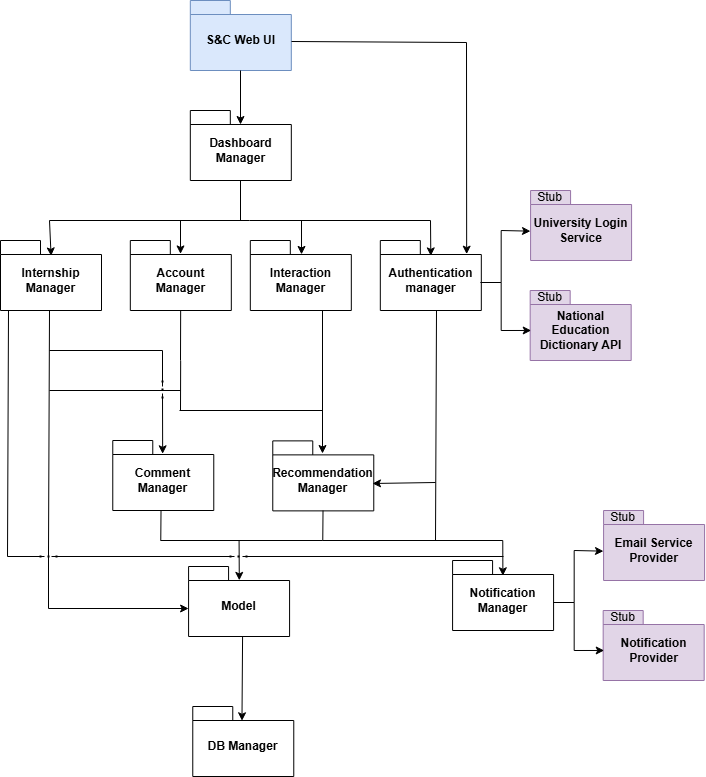
This is DD_figures/ImplementationDiagrams/FifthStep.png from alesalv0/RattiSalvatoreYalcin, a draw.io export, as it was before one commit. Source tidied: cells renumbered, new cells last; positions are measured from the earlier drawing's top-left corner, leaving out a move shared by most shapes.
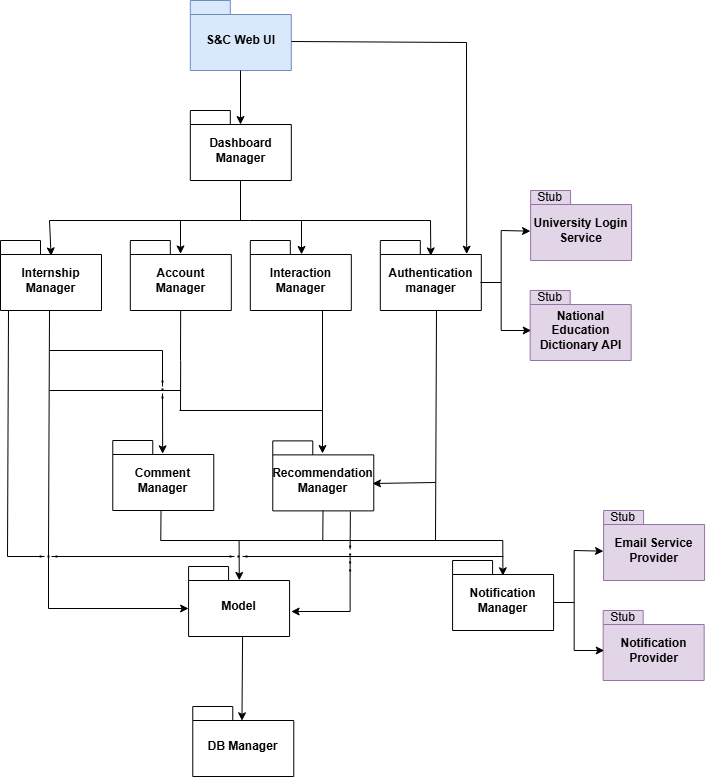
After the change.

What changed in the source:
```diff
@@ -310,5 +310,26 @@
         </Array>
       </mxGeometry>
     </mxCell>
+    <mxCell id="60" style="endArrow=none;html=1;rounded=0;entryX=0.5;entryY=1;entryDx=0;entryDy=0;entryPerimeter=0;" parent="1" edge="1">
+      <mxGeometry relative="1" as="geometry">
+        <mxPoint x="349.6" y="549" as="sourcePoint" />
+        <mxPoint x="349.9" y="511" as="targetPoint" />
+      </mxGeometry>
+    </mxCell>
+    <mxCell id="61" style="endArrow=none;dashed=1;html=1;dashPattern=1 3;strokeWidth=2;rounded=0;" parent="1" edge="1">
+      <mxGeometry relative="1" as="geometry">
+        <mxPoint x="349.6" y="571" as="sourcePoint" />
+        <mxPoint x="349.6" y="545" as="targetPoint" />
+      </mxGeometry>
+    </mxCell>
+    <mxCell id="62" style="endArrow=classic;html=1;rounded=0;" parent="1" edge="1">
+      <mxGeometry relative="1" as="geometry">
+        <mxPoint x="349.6" y="555" as="sourcePoint" />
+        <mxPoint x="290.6" y="611" as="targetPoint" />
+        <Array as="points">
+          <mxPoint x="349.6" y="611" />
+        </Array>
+      </mxGeometry>
+    </mxCell>
   </root>
 </mxGraphModel>
```
